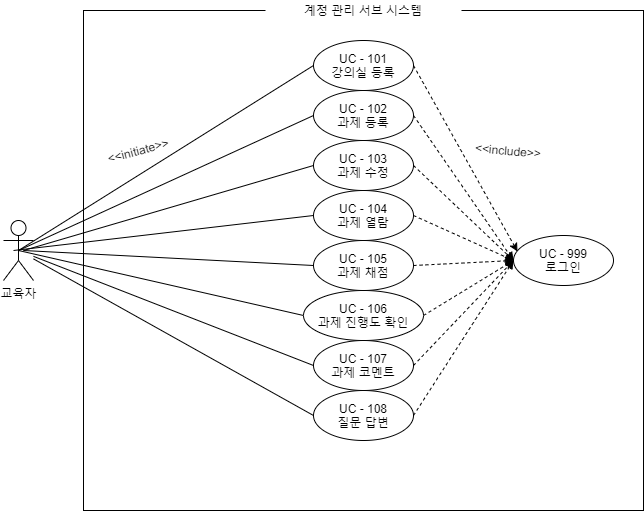
Before: img/교육자 UC Diagram 로그인.png, a diagram exported from draw.io (SSSSEN666789/SPAMS). Source tidied: cells renumbered, new cells last; positions are measured from the earlier drawing's top-left corner, leaving out a move shared by most shapes.
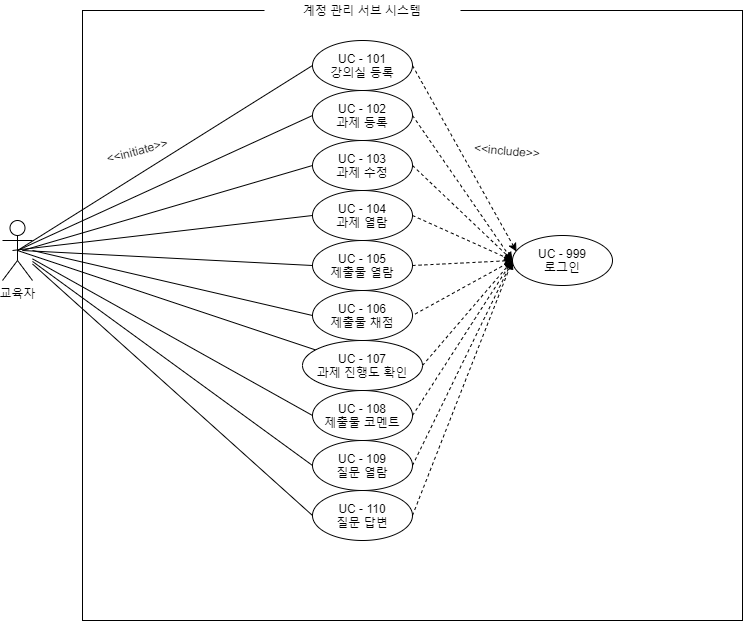
After the change.

Change to the diagram source:
```diff
@@ -3,7 +3,7 @@
     <mxCell id="0" />
     <mxCell id="1" parent="0" />
     <mxCell id="2" style="rounded=0;whiteSpace=wrap;html=1;" parent="1" vertex="1">
-      <mxGeometry x="80" y="10" width="560" height="500" as="geometry" />
+      <mxGeometry x="80" y="10" width="660" height="610" as="geometry" />
     </mxCell>
     <mxCell id="3" value="계정 관리 서브 시스템" style="text;html=1;strokeColor=none;align=center;verticalAlign=middle;whiteSpace=wrap;rounded=0;fillColor=#ffffff;" parent="1" vertex="1">
       <mxGeometry x="262" width="196" height="20" as="geometry" />
@@ -66,8 +66,8 @@
         <mxPoint x="510" y="260" as="targetPoint" />
       </mxGeometry>
     </mxCell>
-    <mxCell id="20" value="UC - 106&lt;br&gt;과제 진행도 확인" style="ellipse;whiteSpace=wrap;html=1;" parent="1" vertex="1">
-      <mxGeometry x="300" y="290" width="120" height="50" as="geometry" />
+    <mxCell id="20" value="UC - 107&lt;br&gt;과제 진행도 확인" style="ellipse;whiteSpace=wrap;html=1;" parent="1" vertex="1">
+      <mxGeometry x="300" y="340" width="120" height="50" as="geometry" />
     </mxCell>
     <mxCell id="21" style="edgeStyle=none;rounded=0;jettySize=auto;html=1;exitX=0;exitY=0.5;exitDx=0;exitDy=0;endArrow=none;endFill=0;" parent="1" edge="1" source="23" target="4">
       <mxGeometry relative="1" as="geometry" />
@@ -77,8 +77,8 @@
         <mxPoint x="510" y="260" as="targetPoint" />
       </mxGeometry>
     </mxCell>
-    <mxCell id="23" value="UC - 107&lt;br&gt;과제 코멘트" style="ellipse;whiteSpace=wrap;html=1;" parent="1" vertex="1">
-      <mxGeometry x="310" y="340" width="100" height="50" as="geometry" />
+    <mxCell id="23" value="UC - 108&lt;br&gt;제출물 코멘트" style="ellipse;whiteSpace=wrap;html=1;" parent="1" vertex="1">
+      <mxGeometry x="310" y="390" width="100" height="50" as="geometry" />
     </mxCell>
     <mxCell id="24" style="edgeStyle=none;rounded=0;jettySize=auto;html=1;exitX=0;exitY=0.5;exitDx=0;exitDy=0;endArrow=none;endFill=0;" parent="1" edge="1" source="26">
       <mxGeometry relative="1" as="geometry">
@@ -90,7 +90,7 @@
         <mxPoint x="510" y="260" as="targetPoint" />
       </mxGeometry>
     </mxCell>
-    <mxCell id="26" value="UC - 105&lt;br&gt;과제 채점" style="ellipse;whiteSpace=wrap;html=1;" parent="1" vertex="1">
+    <mxCell id="26" value="UC - 105&lt;br&gt;제출물 열람" style="ellipse;whiteSpace=wrap;html=1;" parent="1" vertex="1">
       <mxGeometry x="310" y="240" width="100" height="50" as="geometry" />
     </mxCell>
     <mxCell id="27" style="edgeStyle=none;rounded=0;jettySize=auto;html=1;exitX=0;exitY=0.5;exitDx=0;exitDy=0;endArrow=none;endFill=0;" parent="1" edge="1" source="29" target="4">
@@ -101,8 +101,8 @@
         <mxPoint x="510" y="260" as="targetPoint" />
       </mxGeometry>
     </mxCell>
-    <mxCell id="29" value="UC - 108&lt;br&gt;질문 답변" style="ellipse;whiteSpace=wrap;html=1;" parent="1" vertex="1">
-      <mxGeometry x="310" y="390" width="100" height="50" as="geometry" />
+    <mxCell id="29" value="UC - 109&lt;br&gt;질문 열람" style="ellipse;whiteSpace=wrap;html=1;" parent="1" vertex="1">
+      <mxGeometry x="310" y="440" width="100" height="50" as="geometry" />
     </mxCell>
     <mxCell id="30" value="&amp;lt;&amp;lt;include&amp;gt;&amp;gt;" style="text;html=1;strokeColor=none;fillColor=none;align=center;verticalAlign=middle;whiteSpace=wrap;rounded=0;rotation=5;" parent="1" vertex="1">
       <mxGeometry x="470" y="140" width="70" height="20" as="geometry" />
@@ -110,5 +110,25 @@
     <mxCell id="31" value="&amp;lt;&amp;lt;initiate&amp;gt;&amp;gt;" style="text;html=1;strokeColor=none;fillColor=none;align=center;verticalAlign=middle;whiteSpace=wrap;rounded=0;rotation=-15;" parent="1" vertex="1">
       <mxGeometry x="100" y="140" width="70" height="20" as="geometry" />
     </mxCell>
+    <mxCell id="32" value="UC - 110&lt;br&gt;질문 답변" style="ellipse;whiteSpace=wrap;html=1;" parent="1" vertex="1">
+      <mxGeometry x="310" y="490" width="100" height="50" as="geometry" />
+    </mxCell>
+    <mxCell id="33" value="UC - 106&lt;br&gt;제출물 채점" style="ellipse;whiteSpace=wrap;html=1;" parent="1" vertex="1">
+      <mxGeometry x="310" y="290" width="100" height="50" as="geometry" />
+    </mxCell>
+    <mxCell id="34" style="endArrow=none;html=1;entryX=0;entryY=0.5;entryDx=0;entryDy=0;" parent="1" edge="1" target="33">
+      <mxGeometry relative="1" as="geometry">
+        <mxPoint x="30" y="250" as="sourcePoint" />
+      </mxGeometry>
+    </mxCell>
+    <mxCell id="35" style="endArrow=none;html=1;entryX=0;entryY=0.5;entryDx=0;entryDy=0;" parent="1" edge="1" source="4" target="32">
+      <mxGeometry relative="1" as="geometry" />
+    </mxCell>
+    <mxCell id="36" style="endArrow=none;dashed=1;html=1;entryX=1;entryY=0.5;entryDx=0;entryDy=0;exitX=0;exitY=0.5;exitDx=0;exitDy=0;" parent="1" edge="1" source="5" target="33">
+      <mxGeometry relative="1" as="geometry" />
+    </mxCell>
+    <mxCell id="37" style="endArrow=block;dashed=1;html=1;exitX=1;exitY=0.5;exitDx=0;exitDy=0;entryX=0;entryY=0.5;entryDx=0;entryDy=0;endFill=1;" parent="1" edge="1" source="32" target="5">
+      <mxGeometry relative="1" as="geometry" />
+    </mxCell>
   </root>
 </mxGraphModel>
```
